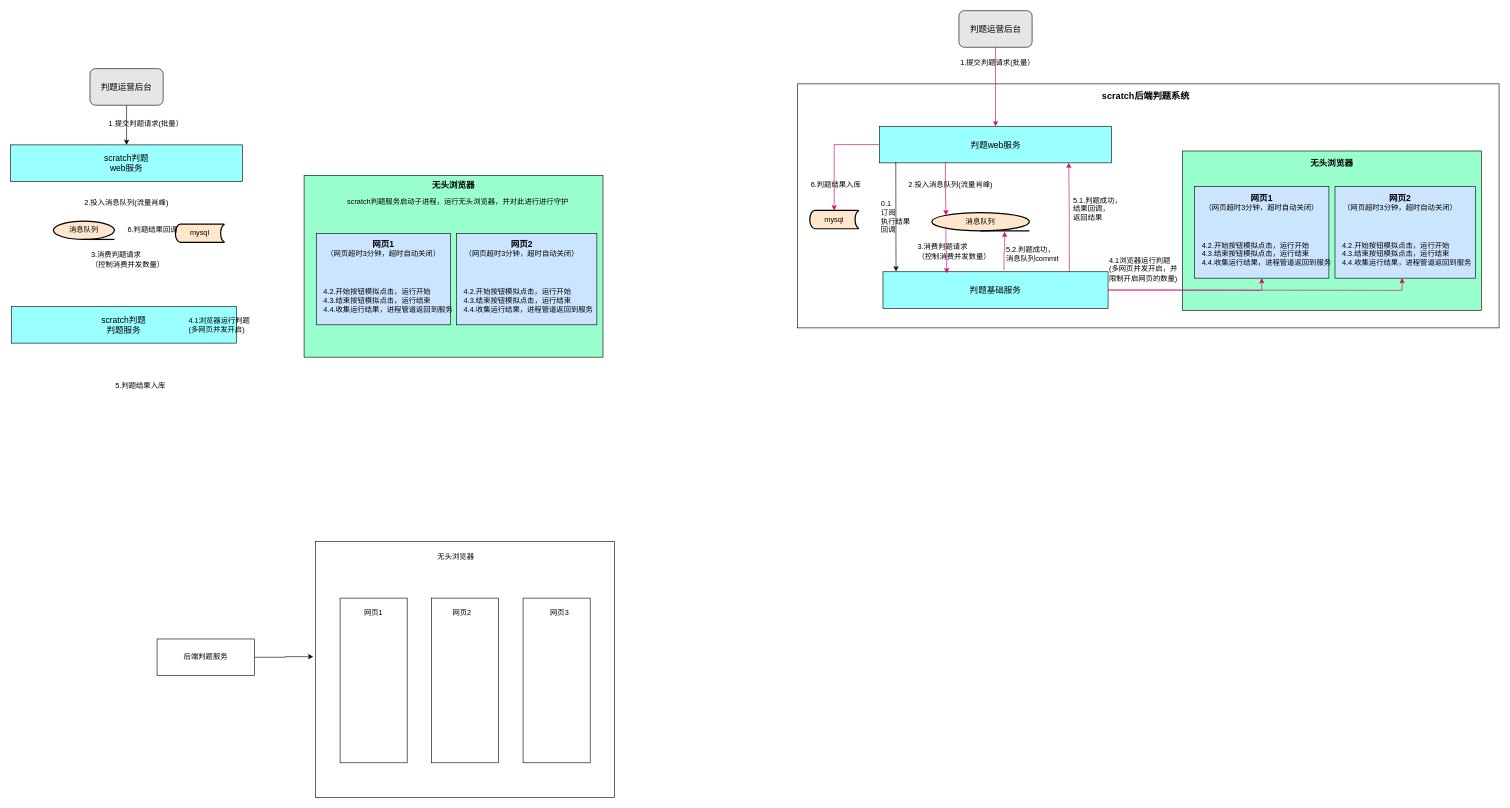
Before: scratch后端判题.drawio in xiell2016/hetaoDesign, a draw.io diagram. Source tidied: cells renumbered, new cells numbered last; positions are measured from the earlier drawing's top-left corner, leaving out a move shared by most shapes. Both pictures are drawn from the tidied source at 61%, with x=0, y=0 at pixel (10, 10).
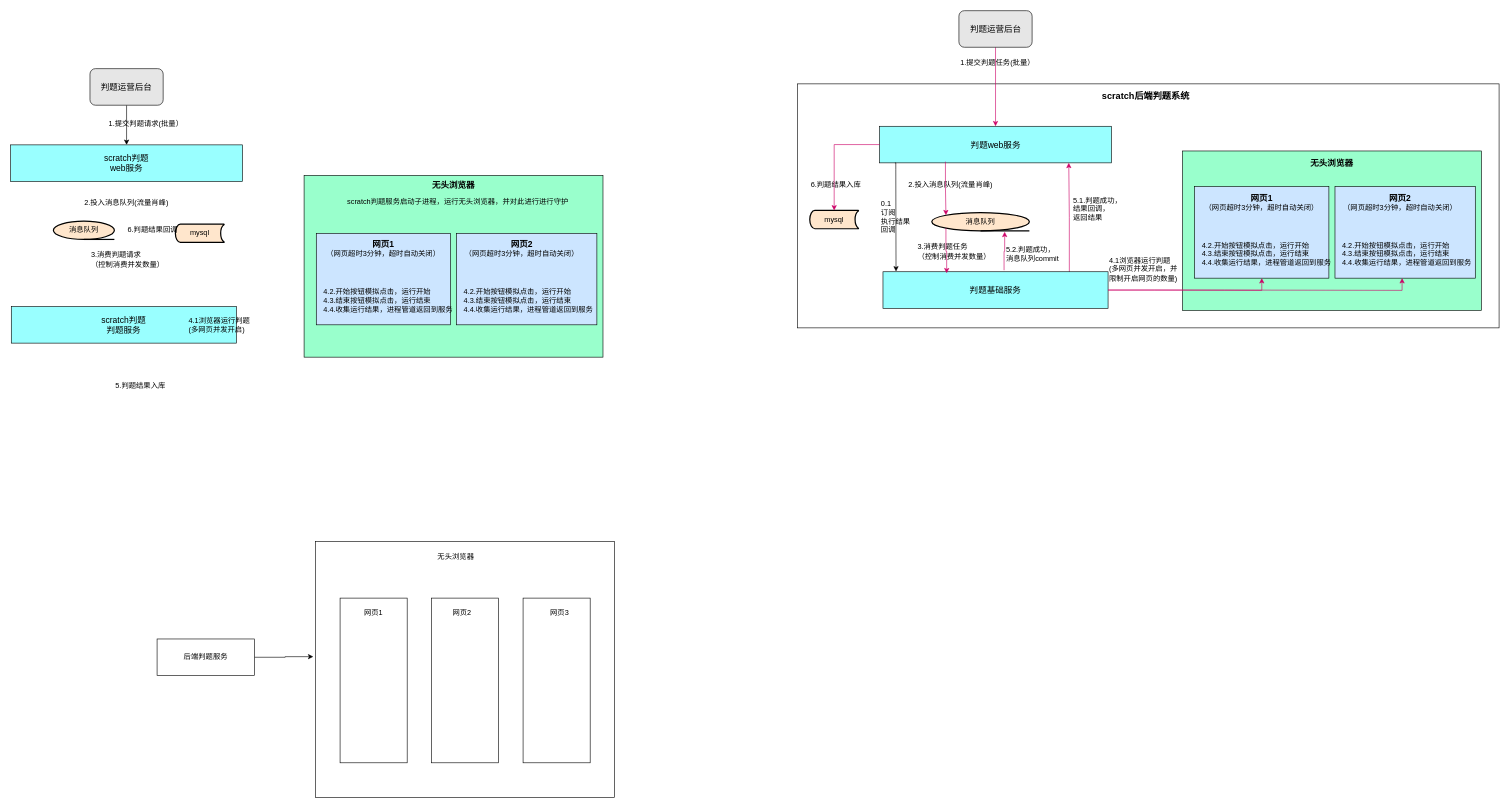
Above is the later version.

Commit message:
更新scratch后端判题.drawio

Change to the diagram source:
```diff
@@
-    <mxCell id="45" value="1.提交判题请求(批量）" style="text;html=1;strokeColor=none;fillColor=none;align=left;verticalAlign=middle;whiteSpace=wrap;rounded=0;" parent="1" vertex="1">
+    <mxCell id="45" value="1.提交判题任务(批量）" style="text;html=1;strokeColor=none;fillColor=none;align=left;verticalAlign=middle;whiteSpace=wrap;rounded=0;" parent="1" vertex="1">
       <mxGeometry x="1554.5" y="70" width="151" height="30" as="geometry" />
     </mxCell>
@@
-    <mxCell id="47" value="3.消费判题请求&lt;br&gt;（控制消费并发数量）" style="text;html=1;strokeColor=none;fillColor=none;align=left;verticalAlign=middle;whiteSpace=wrap;rounded=0;" parent="1" vertex="1">
+    <mxCell id="47" value="3.消费判题任务&lt;br&gt;（控制消费并发数量）" style="text;html=1;strokeColor=none;fillColor=none;align=left;verticalAlign=middle;whiteSpace=wrap;rounded=0;" parent="1" vertex="1">
       <mxGeometry x="1484.5" y="380" width="140" height="30" as="geometry" />
     </mxCell>
```
